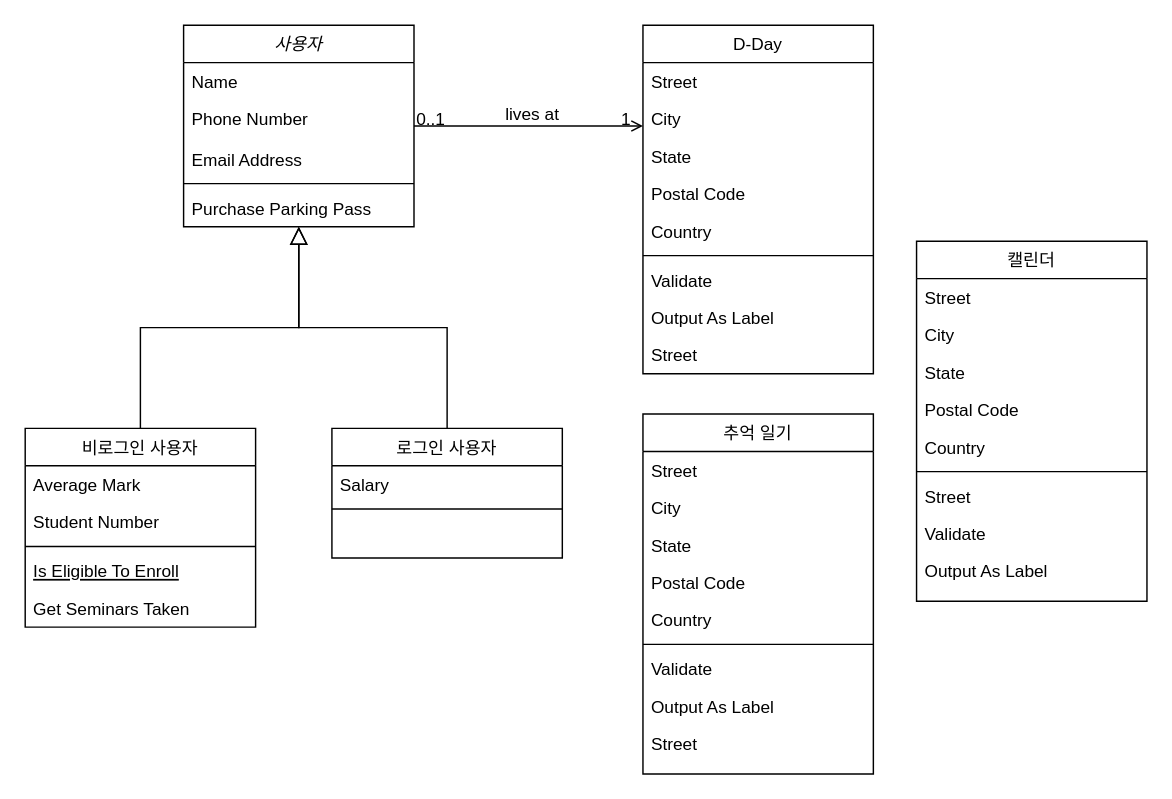
Earlier version of the draw.io diagram class diagram.drawio (baechuTree/softwareEngineering). Source tidied: cells renumbered, new cells numbered last; positions are measured from the earlier drawing's top-left corner, leaving out a move shared by most shapes. Both pictures are drawn from the tidied source at 144%, with x=0, y=0 at pixel (24, 24).
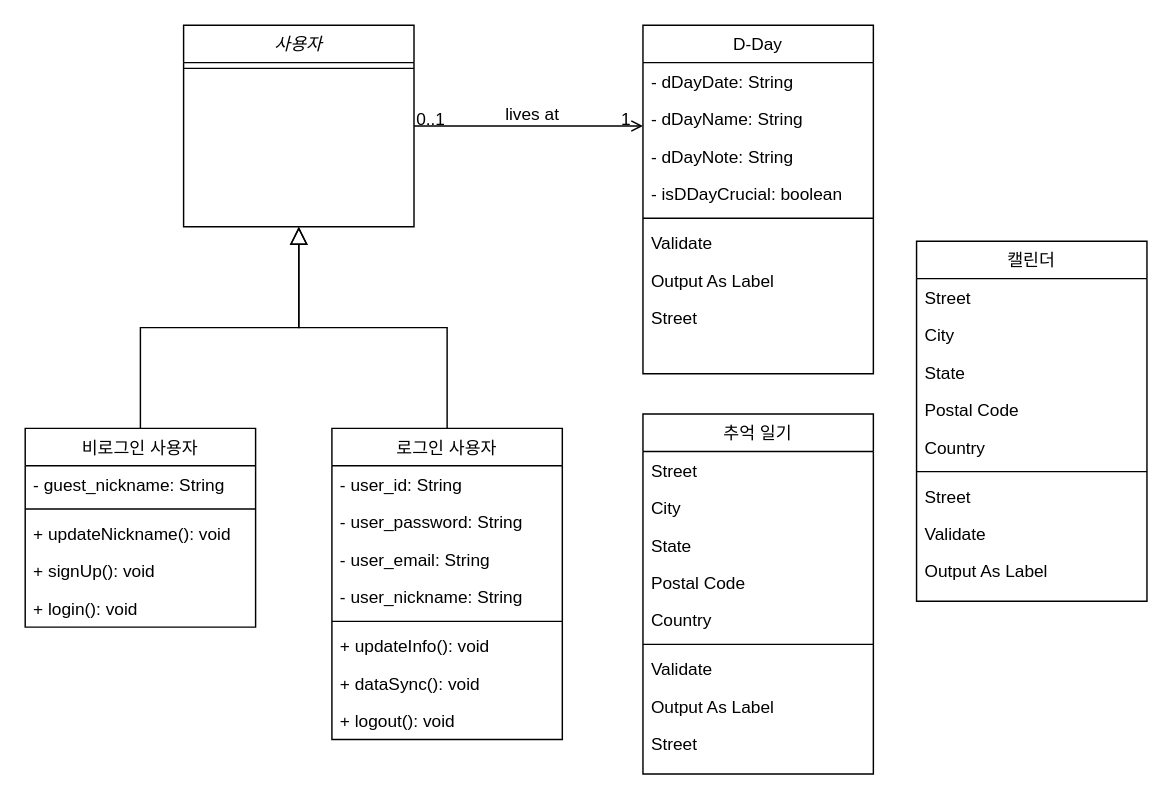
Above is the later version.

Unchanged cells that the change refers to:
```xml
<mxCell id="2" value="사용자" style="swimlane;fontStyle=2;align=center;verticalAlign=top;horizontal=1;startSize=26;rounded=0;shadow=0;strokeWidth=1;" parent="1" vertex="1">
  <mxGeometry x="110" width="160" height="140" as="geometry" />
</mxCell>
<mxCell id="8" value="비로그인 사용자" style="swimlane;fontStyle=0;align=center;verticalAlign=top;horizontal=1;startSize=26;rounded=0;shadow=0;strokeWidth=1;" parent="1" vertex="1">
  <mxGeometry y="280" width="160" height="138" as="geometry" />
</mxCell>
<mxCell id="19" value="D-Day" style="swimlane;fontStyle=0;align=center;verticalAlign=top;horizontal=1;startSize=26;rounded=0;shadow=0;strokeWidth=1;" parent="1" vertex="1">
  <mxGeometry x="429" width="160" height="242" as="geometry" />
</mxCell>
```

The edit, as a diff of the source:
```diff
@@
-    <mxCell id="3" value="Name" style="text;align=left;verticalAlign=top;spacingLeft=4;spacingRight=4;overflow=hidden;" parent="2" vertex="1">
-      <mxGeometry y="26" width="160" height="26" as="geometry" />
-    </mxCell>
-    <mxCell id="4" value="Phone Number" style="text;align=left;verticalAlign=top;spacingLeft=4;spacingRight=4;overflow=hidden;rounded=0;shadow=0;html=0;" parent="2" vertex="1">
-      <mxGeometry y="52" width="160" height="28" as="geometry" />
-    </mxCell>
-    <mxCell id="5" value="Email Address" style="text;align=left;verticalAlign=top;spacingLeft=4;spacingRight=4;overflow=hidden;rounded=0;shadow=0;html=0;" parent="2" vertex="1">
-      <mxGeometry y="80" width="160" height="26" as="geometry" />
-    </mxCell>
-    <mxCell id="6" style="line;html=1;strokeWidth=1;align=left;verticalAlign=middle;spacingTop=-1;spacingLeft=3;spacingRight=3;labelPosition=right;" parent="2" vertex="1">
-      <mxGeometry y="106" width="160" height="8" as="geometry" />
+    <mxCell id="6" style="line;html=1;strokeWidth=1;align=left;verticalAlign=middle;spacingTop=-1;spacingLeft=3;spacingRight=3;labelPosition=right;strokeColor=default;" parent="2" vertex="1">
+      <mxGeometry y="26" width="160" height="8" as="geometry" />
     </mxCell>
-    <mxCell id="7" value="Purchase Parking Pass" style="text;align=left;verticalAlign=top;spacingLeft=4;spacingRight=4;overflow=hidden;" parent="2" vertex="1">
-      <mxGeometry y="114" width="160" height="26" as="geometry" />
-    </mxCell>
@@
-    <mxCell id="9" value="Average Mark" style="text;align=left;verticalAlign=top;spacingLeft=4;spacingRight=4;overflow=hidden;rounded=0;shadow=0;html=0;" parent="8" vertex="1">
+    <mxCell id="9" value="- guest_nickname: String" style="text;align=left;verticalAlign=top;spacingLeft=4;spacingRight=4;overflow=hidden;rounded=0;shadow=0;html=0;" parent="8" vertex="1">
       <mxGeometry y="26" width="160" height="26" as="geometry" />
     </mxCell>
-    <mxCell id="10" value="Student Number" style="text;align=left;verticalAlign=top;spacingLeft=4;spacingRight=4;overflow=hidden;" parent="8" vertex="1">
-      <mxGeometry y="52" width="160" height="26" as="geometry" />
-    </mxCell>
     <mxCell id="11" style="line;html=1;strokeWidth=1;align=left;verticalAlign=middle;spacingTop=-1;spacingLeft=3;spacingRight=3;labelPosition=right;" parent="8" vertex="1">
-      <mxGeometry y="78" width="160" height="8" as="geometry" />
+      <mxGeometry y="52" width="160" height="8" as="geometry" />
     </mxCell>
-    <mxCell id="12" value="Is Eligible To Enroll" style="text;align=left;verticalAlign=top;spacingLeft=4;spacingRight=4;overflow=hidden;fontStyle=4;" parent="8" vertex="1">
-      <mxGeometry y="86" width="160" height="26" as="geometry" />
+    <mxCell id="12" value="+ updateNickname(): void" style="text;align=left;verticalAlign=top;spacingLeft=4;spacingRight=4;overflow=hidden;fontStyle=0;" parent="8" vertex="1">
+      <mxGeometry y="60" width="160" height="26" as="geometry" />
     </mxCell>
-    <mxCell id="13" value="Get Seminars Taken" style="text;align=left;verticalAlign=top;spacingLeft=4;spacingRight=4;overflow=hidden;" parent="8" vertex="1">
-      <mxGeometry y="112" width="160" height="26" as="geometry" />
-    </mxCell>
+    <mxCell id="56" value="+ signUp(): void" style="text;align=left;verticalAlign=top;spacingLeft=4;spacingRight=4;overflow=hidden;fontStyle=0;" parent="8" vertex="1">
+      <mxGeometry y="86" width="160" height="26" as="geometry" />
+    </mxCell>
+    <mxCell id="57" value="+ login(): void" style="text;align=left;verticalAlign=top;spacingLeft=4;spacingRight=4;overflow=hidden;fontStyle=0;" parent="8" vertex="1">
+      <mxGeometry y="112" width="160" height="26" as="geometry" />
+    </mxCell>
@@
     <mxCell id="15" value="로그인 사용자" style="swimlane;fontStyle=0;align=center;verticalAlign=top;horizontal=1;startSize=26;rounded=0;shadow=0;strokeWidth=1;" parent="1" vertex="1">
-      <mxGeometry x="213" y="280" width="160" height="90" as="geometry" />
+      <mxGeometry x="213" y="280" width="160" height="216" as="geometry" />
     </mxCell>
-    <mxCell id="16" value="Salary" style="text;align=left;verticalAlign=top;spacingLeft=4;spacingRight=4;overflow=hidden;" parent="15" vertex="1">
+    <mxCell id="16" value="- user_id: String" style="text;align=left;verticalAlign=top;spacingLeft=4;spacingRight=4;overflow=hidden;" parent="15" vertex="1">
       <mxGeometry y="26" width="160" height="26" as="geometry" />
     </mxCell>
+    <mxCell id="58" value="- user_password: String" style="text;align=left;verticalAlign=top;spacingLeft=4;spacingRight=4;overflow=hidden;" parent="15" vertex="1">
+      <mxGeometry y="52" width="160" height="26" as="geometry" />
+    </mxCell>
+    <mxCell id="59" value="- user_email: String" style="text;align=left;verticalAlign=top;spacingLeft=4;spacingRight=4;overflow=hidden;" parent="15" vertex="1">
+      <mxGeometry y="78" width="160" height="26" as="geometry" />
+    </mxCell>
+    <mxCell id="60" value="- user_nickname: String" style="text;align=left;verticalAlign=top;spacingLeft=4;spacingRight=4;overflow=hidden;" parent="15" vertex="1">
+      <mxGeometry y="104" width="160" height="26" as="geometry" />
+    </mxCell>
     <mxCell id="17" style="line;html=1;strokeWidth=1;align=left;verticalAlign=middle;spacingTop=-1;spacingLeft=3;spacingRight=3;labelPosition=right;" parent="15" vertex="1">
-      <mxGeometry y="52" width="160" height="8" as="geometry" />
+      <mxGeometry y="130" width="160" height="8" as="geometry" />
     </mxCell>
+    <mxCell id="61" value="+ updateInfo(): void" style="text;align=left;verticalAlign=top;spacingLeft=4;spacingRight=4;overflow=hidden;fontStyle=0;" parent="15" vertex="1">
+      <mxGeometry y="138" width="160" height="26" as="geometry" />
+    </mxCell>
+    <mxCell id="62" value="+ dataSync(): void" style="text;align=left;verticalAlign=top;spacingLeft=4;spacingRight=4;overflow=hidden;fontStyle=0;" parent="15" vertex="1">
+      <mxGeometry y="164" width="160" height="26" as="geometry" />
+    </mxCell>
+    <mxCell id="63" value="+ logout(): void" style="text;align=left;verticalAlign=top;spacingLeft=4;spacingRight=4;overflow=hidden;fontStyle=0;" parent="15" vertex="1">
+      <mxGeometry y="190" width="160" height="26" as="geometry" />
+    </mxCell>
@@
-    <mxCell id="20" value="Street" style="text;align=left;verticalAlign=top;spacingLeft=4;spacingRight=4;overflow=hidden;" parent="19" vertex="1">
+    <mxCell id="20" value="- dDayDate: String" style="text;align=left;verticalAlign=top;spacingLeft=4;spacingRight=4;overflow=hidden;" parent="19" vertex="1">
       <mxGeometry y="26" width="160" height="26" as="geometry" />
     </mxCell>
-    <mxCell id="21" value="City" style="text;align=left;verticalAlign=top;spacingLeft=4;spacingRight=4;overflow=hidden;rounded=0;shadow=0;html=0;" parent="19" vertex="1">
+    <mxCell id="21" value="- dDayName: String" style="text;align=left;verticalAlign=top;spacingLeft=4;spacingRight=4;overflow=hidden;rounded=0;shadow=0;html=0;" parent="19" vertex="1">
       <mxGeometry y="52" width="160" height="26" as="geometry" />
     </mxCell>
-    <mxCell id="22" value="State" style="text;align=left;verticalAlign=top;spacingLeft=4;spacingRight=4;overflow=hidden;rounded=0;shadow=0;html=0;" parent="19" vertex="1">
+    <mxCell id="22" value="- dDayNote: String" style="text;align=left;verticalAlign=top;spacingLeft=4;spacingRight=4;overflow=hidden;rounded=0;shadow=0;html=0;" parent="19" vertex="1">
       <mxGeometry y="78" width="160" height="26" as="geometry" />
     </mxCell>
-    <mxCell id="23" value="Postal Code" style="text;align=left;verticalAlign=top;spacingLeft=4;spacingRight=4;overflow=hidden;rounded=0;shadow=0;html=0;" parent="19" vertex="1">
+    <mxCell id="23" value="- isDDayCrucial: boolean" style="text;align=left;verticalAlign=top;spacingLeft=4;spacingRight=4;overflow=hidden;rounded=0;shadow=0;html=0;" parent="19" vertex="1">
       <mxGeometry y="104" width="160" height="26" as="geometry" />
     </mxCell>
-    <mxCell id="24" value="Country" style="text;align=left;verticalAlign=top;spacingLeft=4;spacingRight=4;overflow=hidden;rounded=0;shadow=0;html=0;" parent="19" vertex="1">
-      <mxGeometry y="130" width="160" height="26" as="geometry" />
-    </mxCell>
     <mxCell id="25" style="line;html=1;strokeWidth=1;align=left;verticalAlign=middle;spacingTop=-1;spacingLeft=3;spacingRight=3;labelPosition=right;" parent="19" vertex="1">
-      <mxGeometry y="156" width="160" height="8" as="geometry" />
+      <mxGeometry y="130" width="160" height="8" as="geometry" />
     </mxCell>
     <mxCell id="26" value="Validate" style="text;align=left;verticalAlign=top;spacingLeft=4;spacingRight=4;overflow=hidden;" parent="19" vertex="1">
-      <mxGeometry y="164" width="160" height="26" as="geometry" />
+      <mxGeometry y="138" width="160" height="26" as="geometry" />
     </mxCell>
     <mxCell id="27" value="Output As Label" style="text;align=left;verticalAlign=top;spacingLeft=4;spacingRight=4;overflow=hidden;points=[[0,0.5],[1,0.5]];portConstraint=eastwest;" parent="19" vertex="1">
-      <mxGeometry y="190" width="160" height="26" as="geometry" />
+      <mxGeometry y="164" width="160" height="26" as="geometry" />
     </mxCell>
     <mxCell id="28" value="Street" style="text;align=left;verticalAlign=top;spacingLeft=4;spacingRight=4;overflow=hidden;" parent="19" vertex="1">
-      <mxGeometry y="216" width="160" height="26" as="geometry" />
+      <mxGeometry y="190" width="160" height="26" as="geometry" />
     </mxCell>
```
